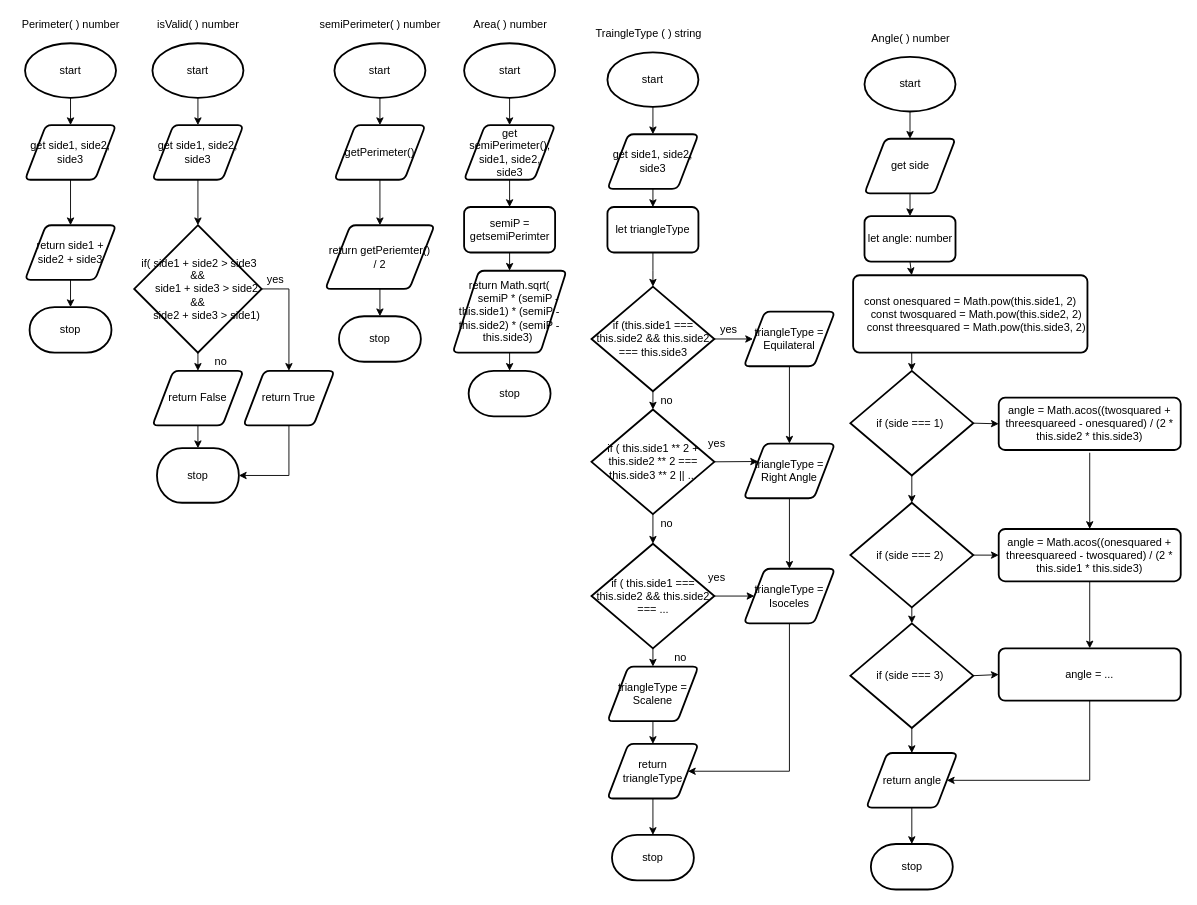
This is flow.drawio from devin-jhu/ics4u-assignment3-typescript, a draw.io file, before an edit. Source tidied: cells renumbered, new cells numbered last; positions are measured from the earlier drawing's top-left corner, leaving out a move shared by most shapes. Both pictures are drawn from the tidied source at 91%, with x=0, y=0 at pixel (15, 15).
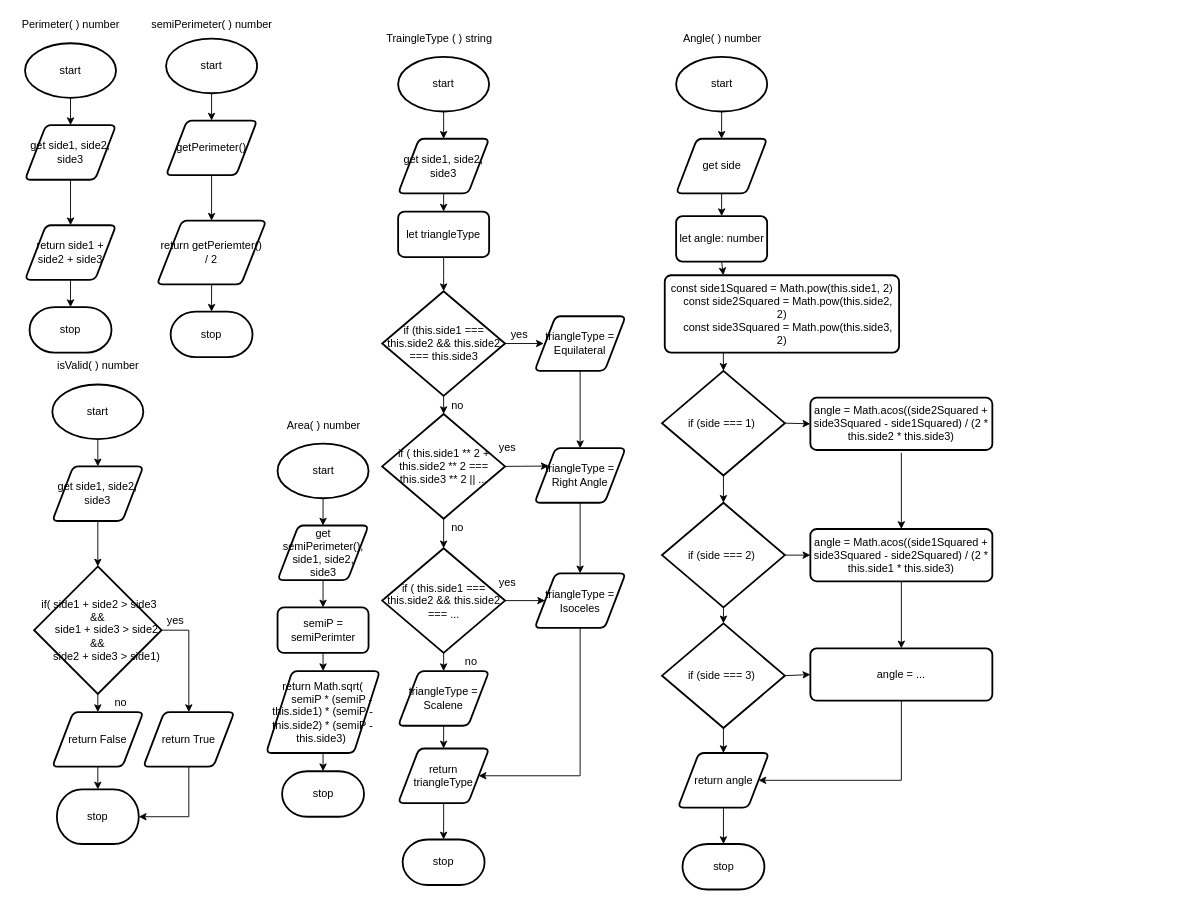
The same diagram, later.

The edit, as a diff of the source:
```diff
@@
     <mxCell id="9" style="edgeStyle=none;html=1;exitX=0.5;exitY=1;exitDx=0;exitDy=0;exitPerimeter=0;entryX=0.5;entryY=0;entryDx=0;entryDy=0;" parent="1" edge="1" source="10">
       <mxGeometry relative="1" as="geometry">
-        <mxPoint x="200" y="120" as="targetPoint" />
+        <mxPoint x="90" y="495" as="targetPoint" />
       </mxGeometry>
     </mxCell>
     <mxCell id="10" value="start" style="strokeWidth=2;html=1;shape=mxgraph.flowchart.start_1;whiteSpace=wrap;" parent="1" vertex="1">
-      <mxGeometry x="150" y="30" width="100" height="60" as="geometry" />
+      <mxGeometry x="40" y="405" width="100" height="60" as="geometry" />
     </mxCell>
     <mxCell id="11" value="isValid( ) number" style="text;html=1;align=center;verticalAlign=middle;strokeColor=none;fillColor=none;" parent="1" vertex="1">
-      <mxGeometry x="145" width="110" height="20" as="geometry" />
+      <mxGeometry x="35" y="375" width="110" height="20" as="geometry" />
     </mxCell>
     <mxCell id="12" style="edgeStyle=none;html=1;entryX=0.5;entryY=0;entryDx=0;entryDy=0;" parent="1" edge="1">
       <mxGeometry relative="1" as="geometry">
-        <mxPoint x="200" y="180" as="sourcePoint" />
-        <mxPoint x="200" y="230" as="targetPoint" />
+        <mxPoint x="90" y="555" as="sourcePoint" />
+        <mxPoint x="90" y="605" as="targetPoint" />
       </mxGeometry>
     </mxCell>
     <mxCell id="13" value="get side1, side2, side3" style="shape=parallelogram;html=1;strokeWidth=2;perimeter=parallelogramPerimeter;whiteSpace=wrap;rounded=1;arcSize=12;size=0.23;" parent="1" vertex="1">
-      <mxGeometry x="150" y="120" width="100" height="60" as="geometry" />
+      <mxGeometry x="40" y="495" width="100" height="60" as="geometry" />
     </mxCell>
@@
     <mxCell id="15" style="edgeStyle=none;html=1;exitX=1;exitY=0.5;exitDx=0;exitDy=0;exitPerimeter=0;rounded=0;" parent="1" edge="1" source="16">
       <mxGeometry relative="1" as="geometry">
-        <mxPoint x="300" y="390" as="targetPoint" />
+        <mxPoint x="190" y="765" as="targetPoint" />
         <Array as="points">
-          <mxPoint x="300" y="300" />
+          <mxPoint x="190" y="675" />
         </Array>
       </mxGeometry>
     </mxCell>
     <mxCell id="16" value="&lt;div&gt;&amp;nbsp;if( side1 + side2 &amp;gt; side3 &amp;amp;&amp;amp;&lt;/div&gt;&lt;div&gt;&amp;nbsp; &amp;nbsp; &amp;nbsp; &lt;span&gt;side1 + side3 &amp;gt; side2 &amp;amp;&amp;amp;&lt;/span&gt;&lt;/div&gt;&lt;div&gt;&amp;nbsp; &amp;nbsp; &amp;nbsp; side2 + side3 &amp;gt; side1)&lt;/div&gt;" style="strokeWidth=2;html=1;shape=mxgraph.flowchart.decision;whiteSpace=wrap;" parent="1" vertex="1">
-      <mxGeometry x="130" y="230" width="140" height="140" as="geometry" />
+      <mxGeometry x="20" y="605" width="140" height="140" as="geometry" />
     </mxCell>
@@
     <mxCell id="18" value="return False" style="shape=parallelogram;html=1;strokeWidth=2;perimeter=parallelogramPerimeter;whiteSpace=wrap;rounded=1;arcSize=12;size=0.23;" parent="1" vertex="1">
-      <mxGeometry x="150" y="390" width="100" height="60" as="geometry" />
+      <mxGeometry x="40" y="765" width="100" height="60" as="geometry" />
     </mxCell>
     <mxCell id="19" style="edgeStyle=none;html=1;exitX=0.5;exitY=1;exitDx=0;exitDy=0;entryX=1;entryY=0.5;entryDx=0;entryDy=0;entryPerimeter=0;rounded=0;" parent="1" edge="1" source="20" target="45">
       <mxGeometry relative="1" as="geometry">
         <Array as="points">
-          <mxPoint x="300" y="505" />
+          <mxPoint x="190" y="880" />
         </Array>
       </mxGeometry>
     </mxCell>
     <mxCell id="20" value="return True" style="shape=parallelogram;html=1;strokeWidth=2;perimeter=parallelogramPerimeter;whiteSpace=wrap;rounded=1;arcSize=12;size=0.23;" parent="1" vertex="1">
-      <mxGeometry x="250" y="390" width="100" height="60" as="geometry" />
+      <mxGeometry x="140" y="765" width="100" height="60" as="geometry" />
     </mxCell>
@@
     <mxCell id="22" value="start" style="strokeWidth=2;html=1;shape=mxgraph.flowchart.start_1;whiteSpace=wrap;" parent="1" vertex="1">
-      <mxGeometry x="350" y="30" width="100" height="60" as="geometry" />
+      <mxGeometry x="165" y="25" width="100" height="60" as="geometry" />
     </mxCell>
     <mxCell id="23" value="semiPerimeter( ) number" style="text;html=1;align=center;verticalAlign=middle;strokeColor=none;fillColor=none;" parent="1" vertex="1">
-      <mxGeometry x="325" width="150" height="20" as="geometry" />
+      <mxGeometry x="140" width="150" height="20" as="geometry" />
     </mxCell>
@@
     <mxCell id="25" value="getPerimeter()" style="shape=parallelogram;html=1;strokeWidth=2;perimeter=parallelogramPerimeter;whiteSpace=wrap;rounded=1;arcSize=12;size=0.23;" parent="1" vertex="1">
-      <mxGeometry x="350" y="120" width="100" height="60" as="geometry" />
+      <mxGeometry x="165" y="115" width="100" height="60" as="geometry" />
     </mxCell>
@@
     <mxCell id="27" value="return getPeriemter() / 2" style="shape=parallelogram;html=1;strokeWidth=2;perimeter=parallelogramPerimeter;whiteSpace=wrap;rounded=1;arcSize=12;size=0.23;" parent="1" vertex="1">
-      <mxGeometry x="340" y="230" width="120" height="70" as="geometry" />
+      <mxGeometry x="155" y="225" width="120" height="70" as="geometry" />
     </mxCell>
     <mxCell id="28" value="Area( ) number" style="text;html=1;align=center;verticalAlign=middle;strokeColor=none;fillColor=none;" parent="1" vertex="1">
-      <mxGeometry x="492.5" width="100" height="20" as="geometry" />
+      <mxGeometry x="287.5" y="440" width="100" height="20" as="geometry" />
     </mxCell>
@@
     <mxCell id="30" value="start" style="strokeWidth=2;html=1;shape=mxgraph.flowchart.start_1;whiteSpace=wrap;" parent="1" vertex="1">
-      <mxGeometry x="492.5" y="30" width="100" height="60" as="geometry" />
+      <mxGeometry x="287.5" y="470" width="100" height="60" as="geometry" />
     </mxCell>
@@
     <mxCell id="32" value="get semiPerimeter(), side1, side2, side3" style="shape=parallelogram;html=1;strokeWidth=2;perimeter=parallelogramPerimeter;whiteSpace=wrap;rounded=1;arcSize=12;size=0.23;" parent="1" vertex="1">
-      <mxGeometry x="492.5" y="120" width="100" height="60" as="geometry" />
+      <mxGeometry x="287.5" y="560" width="100" height="60" as="geometry" />
     </mxCell>
-    <mxCell id="33" style="edgeStyle=none;rounded=0;html=1;exitX=0.5;exitY=1;exitDx=0;exitDy=0;entryX=0.5;entryY=0;entryDx=0;entryDy=0;entryPerimeter=0;" parent="1" edge="1" source="34" target="47">
-      <mxGeometry relative="1" as="geometry" />
+    <mxCell id="33" style="edgeStyle=none;rounded=0;html=1;exitX=0.5;exitY=1;exitDx=0;exitDy=0;entryX=0.5;entryY=0;entryDx=0;entryDy=0;entryPerimeter=0;" parent="1" edge="1" source="34">
+      <mxGeometry relative="1" as="geometry">
+        <mxPoint x="337.5" y="830" as="targetPoint" />
+      </mxGeometry>
     </mxCell>
     <mxCell id="34" value="return&amp;nbsp;&lt;span&gt;Math.sqrt(&lt;br&gt;&lt;/span&gt;&lt;span&gt;&amp;nbsp; &amp;nbsp; &amp;nbsp; semiP * (semiP - this.side1) * (semiP - this.side2) * (semiP - this.side3)&lt;/span&gt;&amp;nbsp;" style="shape=parallelogram;html=1;strokeWidth=2;perimeter=parallelogramPerimeter;whiteSpace=wrap;rounded=1;arcSize=12;size=0.23;" parent="1" vertex="1">
-      <mxGeometry x="480" y="280" width="125" height="90" as="geometry" />
+      <mxGeometry x="275" y="720" width="125" height="90" as="geometry" />
     </mxCell>
@@
-    <mxCell id="36" value="semiP = getsemiPerimter" style="rounded=1;whiteSpace=wrap;html=1;absoluteArcSize=1;arcSize=14;strokeWidth=2;" parent="1" vertex="1">
-      <mxGeometry x="492.5" y="210" width="100" height="50" as="geometry" />
+    <mxCell id="36" value="semiP = semiPerimter" style="rounded=1;whiteSpace=wrap;html=1;absoluteArcSize=1;arcSize=14;strokeWidth=2;" parent="1" vertex="1">
+      <mxGeometry x="287.5" y="650" width="100" height="50" as="geometry" />
     </mxCell>
     <mxCell id="37" value="TraingleType ( ) string" style="text;html=1;align=center;verticalAlign=middle;strokeColor=none;fillColor=none;" parent="1" vertex="1">
-      <mxGeometry x="630" y="10" width="130" height="20" as="geometry" />
+      <mxGeometry x="400" y="15" width="130" height="20" as="geometry" />
     </mxCell>
@@
     <mxCell id="39" value="start" style="strokeWidth=2;html=1;shape=mxgraph.flowchart.start_1;whiteSpace=wrap;" parent="1" vertex="1">
-      <mxGeometry x="650" y="40" width="100" height="60" as="geometry" />
+      <mxGeometry x="420" y="45" width="100" height="60" as="geometry" />
     </mxCell>
@@
     <mxCell id="41" value="get side1, side2, side3" style="shape=parallelogram;html=1;strokeWidth=2;perimeter=parallelogramPerimeter;whiteSpace=wrap;rounded=1;arcSize=12;size=0.23;" parent="1" vertex="1">
-      <mxGeometry x="650" y="130" width="100" height="60" as="geometry" />
+      <mxGeometry x="420" y="135" width="100" height="60" as="geometry" />
     </mxCell>
     <mxCell id="42" style="edgeStyle=none;rounded=0;html=1;exitX=0.5;exitY=1;exitDx=0;exitDy=0;entryX=0.5;entryY=0;entryDx=0;entryDy=0;entryPerimeter=0;" parent="1" edge="1" source="43" target="50">
       <mxGeometry relative="1" as="geometry">
         <Array as="points">
-          <mxPoint x="700" y="280" />
+          <mxPoint x="470" y="285" />
         </Array>
       </mxGeometry>
     </mxCell>
     <mxCell id="43" value="let triangleType" style="rounded=1;whiteSpace=wrap;html=1;absoluteArcSize=1;arcSize=14;strokeWidth=2;" parent="1" vertex="1">
-      <mxGeometry x="650" y="210" width="100" height="50" as="geometry" />
+      <mxGeometry x="420" y="215" width="100" height="50" as="geometry" />
     </mxCell>
@@
     <mxCell id="45" value="stop" style="strokeWidth=2;html=1;shape=mxgraph.flowchart.terminator;whiteSpace=wrap;" parent="1" vertex="1">
-      <mxGeometry x="155" y="475" width="90" height="60" as="geometry" />
+      <mxGeometry x="45" y="850" width="90" height="60" as="geometry" />
     </mxCell>
     <mxCell id="46" value="stop" style="strokeWidth=2;html=1;shape=mxgraph.flowchart.terminator;whiteSpace=wrap;" parent="1" vertex="1">
-      <mxGeometry x="355" y="330" width="90" height="50" as="geometry" />
+      <mxGeometry x="170" y="325" width="90" height="50" as="geometry" />
     </mxCell>
     <mxCell id="47" value="stop" style="strokeWidth=2;html=1;shape=mxgraph.flowchart.terminator;whiteSpace=wrap;" parent="1" vertex="1">
-      <mxGeometry x="497.5" y="390" width="90" height="50" as="geometry" />
+      <mxGeometry x="292.5" y="830" width="90" height="50" as="geometry" />
     </mxCell>
     <mxCell id="48" style="edgeStyle=none;rounded=0;html=1;exitX=1;exitY=0.5;exitDx=0;exitDy=0;exitPerimeter=0;" parent="1" edge="1" source="50">
       <mxGeometry relative="1" as="geometry">
-        <mxPoint x="810" y="355" as="targetPoint" />
+        <mxPoint x="580" y="360" as="targetPoint" />
       </mxGeometry>
     </mxCell>
@@
     <mxCell id="50" value="if (this.side1 === this.side2 &amp;amp;&amp;amp; this.side2 === this.side3" style="strokeWidth=2;html=1;shape=mxgraph.flowchart.decision;whiteSpace=wrap;" parent="1" vertex="1">
-      <mxGeometry x="632.5" y="297.5" width="135" height="115" as="geometry" />
+      <mxGeometry x="402.5" y="302.5" width="135" height="115" as="geometry" />
     </mxCell>
@@
     <mxCell id="52" value="triangleType = Equilateral" style="shape=parallelogram;html=1;strokeWidth=2;perimeter=parallelogramPerimeter;whiteSpace=wrap;rounded=1;arcSize=12;size=0.23;" parent="1" vertex="1">
-      <mxGeometry x="800" y="325" width="100" height="60" as="geometry" />
+      <mxGeometry x="570" y="330" width="100" height="60" as="geometry" />
     </mxCell>
@@
     <mxCell id="55" value="if ( this.side1 ** 2 + this.side2 ** 2 === this.side3 ** 2 || ..." style="strokeWidth=2;html=1;shape=mxgraph.flowchart.decision;whiteSpace=wrap;" parent="1" vertex="1">
-      <mxGeometry x="632.5" y="432.5" width="135" height="115" as="geometry" />
+      <mxGeometry x="402.5" y="437.5" width="135" height="115" as="geometry" />
     </mxCell>
     <mxCell id="56" value="yes" style="text;html=1;align=center;verticalAlign=middle;strokeColor=none;fillColor=none;" parent="1" vertex="1">
-      <mxGeometry x="270" y="280" width="30" height="20" as="geometry" />
+      <mxGeometry x="160" y="655" width="30" height="20" as="geometry" />
     </mxCell>
     <mxCell id="57" value="no" style="text;html=1;align=center;verticalAlign=middle;strokeColor=none;fillColor=none;" parent="1" vertex="1">
-      <mxGeometry x="210" y="370" width="30" height="20" as="geometry" />
+      <mxGeometry x="100" y="745" width="30" height="20" as="geometry" />
     </mxCell>
     <mxCell id="58" value="no" style="text;html=1;align=center;verticalAlign=middle;strokeColor=none;fillColor=none;" parent="1" vertex="1">
-      <mxGeometry x="700" y="412.5" width="30" height="20" as="geometry" />
+      <mxGeometry x="470" y="417.5" width="30" height="20" as="geometry" />
     </mxCell>
     <mxCell id="59" value="yes" style="text;html=1;align=center;verticalAlign=middle;strokeColor=none;fillColor=none;" parent="1" vertex="1">
-      <mxGeometry x="767.5" y="335" width="30" height="20" as="geometry" />
+      <mxGeometry x="537.5" y="340" width="30" height="20" as="geometry" />
     </mxCell>
@@
     <mxCell id="61" value="triangleType = Right Angle" style="shape=parallelogram;html=1;strokeWidth=2;perimeter=parallelogramPerimeter;whiteSpace=wrap;rounded=1;arcSize=12;size=0.23;" parent="1" vertex="1">
-      <mxGeometry x="800" y="470" width="100" height="60" as="geometry" />
+      <mxGeometry x="570" y="475" width="100" height="60" as="geometry" />
     </mxCell>
     <mxCell id="62" value="yes" style="text;html=1;align=center;verticalAlign=middle;strokeColor=none;fillColor=none;" parent="1" vertex="1">
-      <mxGeometry x="755" y="460" width="30" height="20" as="geometry" />
+      <mxGeometry x="525" y="465" width="30" height="20" as="geometry" />
     </mxCell>
     <mxCell id="63" value="no" style="text;html=1;align=center;verticalAlign=middle;strokeColor=none;fillColor=none;" parent="1" vertex="1">
-      <mxGeometry x="700" y="547.5" width="30" height="20" as="geometry" />
+      <mxGeometry x="470" y="552.5" width="30" height="20" as="geometry" />
     </mxCell>
@@
     <mxCell id="66" value="if ( this.side1 === this.side2 &amp;amp;&amp;amp; this.side2 === ..." style="strokeWidth=2;html=1;shape=mxgraph.flowchart.decision;whiteSpace=wrap;" parent="1" vertex="1">
-      <mxGeometry x="632.5" y="580" width="135" height="115" as="geometry" />
+      <mxGeometry x="402.5" y="585" width="135" height="115" as="geometry" />
     </mxCell>
     <mxCell id="67" style="edgeStyle=none;rounded=0;html=1;exitX=0.5;exitY=1;exitDx=0;exitDy=0;entryX=1;entryY=0.5;entryDx=0;entryDy=0;" parent="1" edge="1" source="68" target="93">
       <mxGeometry relative="1" as="geometry">
         <Array as="points">
-          <mxPoint x="850" y="830" />
+          <mxPoint x="620" y="835" />
         </Array>
       </mxGeometry>
     </mxCell>
     <mxCell id="68" value="triangleType = Isoceles" style="shape=parallelogram;html=1;strokeWidth=2;perimeter=parallelogramPerimeter;whiteSpace=wrap;rounded=1;arcSize=12;size=0.23;" parent="1" vertex="1">
-      <mxGeometry x="800" y="607.5" width="100" height="60" as="geometry" />
+      <mxGeometry x="570" y="612.5" width="100" height="60" as="geometry" />
     </mxCell>
@@
     <mxCell id="70" value="triangleType = Scalene" style="shape=parallelogram;html=1;strokeWidth=2;perimeter=parallelogramPerimeter;whiteSpace=wrap;rounded=1;arcSize=12;size=0.23;" parent="1" vertex="1">
-      <mxGeometry x="650" y="715" width="100" height="60" as="geometry" />
+      <mxGeometry x="420" y="720" width="100" height="60" as="geometry" />
     </mxCell>
@@
     <mxCell id="72" value="no" style="text;html=1;align=center;verticalAlign=middle;points=[];strokeColor=none;fillColor=none;" parent="1" vertex="1">
-      <mxGeometry x="715" y="695" width="30" height="20" as="geometry" />
+      <mxGeometry x="485" y="700" width="30" height="20" as="geometry" />
     </mxCell>
     <mxCell id="73" value="yes" style="text;html=1;align=center;verticalAlign=middle;strokeColor=none;fillColor=none;" parent="1" vertex="1">
-      <mxGeometry x="755" y="607.5" width="30" height="20" as="geometry" />
+      <mxGeometry x="525" y="612.5" width="30" height="20" as="geometry" />
     </mxCell>
     <mxCell id="74" value="stop" style="strokeWidth=2;html=1;shape=mxgraph.flowchart.terminator;whiteSpace=wrap;" parent="1" vertex="1">
-      <mxGeometry x="655" y="900" width="90" height="50" as="geometry" />
+      <mxGeometry x="425" y="905" width="90" height="50" as="geometry" />
     </mxCell>
     <mxCell id="75" value="Angle( ) number" style="text;html=1;align=center;verticalAlign=middle;strokeColor=none;fillColor=none;" parent="1" vertex="1">
-      <mxGeometry x="932.5" y="15" width="100" height="20" as="geometry" />
+      <mxGeometry x="725.5" y="15" width="100" height="20" as="geometry" />
     </mxCell>
@@
     <mxCell id="77" value="start" style="strokeWidth=2;html=1;shape=mxgraph.flowchart.start_1;whiteSpace=wrap;" parent="1" vertex="1">
-      <mxGeometry x="932.5" y="45" width="100" height="60" as="geometry" />
+      <mxGeometry x="725.5" y="45" width="100" height="60" as="geometry" />
     </mxCell>
@@
     <mxCell id="79" value="get side" style="shape=parallelogram;html=1;strokeWidth=2;perimeter=parallelogramPerimeter;whiteSpace=wrap;rounded=1;arcSize=12;size=0.23;" parent="1" vertex="1">
-      <mxGeometry x="932.5" y="135" width="100" height="60" as="geometry" />
+      <mxGeometry x="725.5" y="135" width="100" height="60" as="geometry" />
     </mxCell>
@@
     <mxCell id="81" value="let angle: number" style="rounded=1;whiteSpace=wrap;html=1;absoluteArcSize=1;arcSize=14;strokeWidth=2;" parent="1" vertex="1">
-      <mxGeometry x="932.5" y="220" width="100" height="50" as="geometry" />
+      <mxGeometry x="725.5" y="220" width="100" height="50" as="geometry" />
     </mxCell>
@@
-    <mxCell id="83" value="&lt;div&gt;const onesquared = Math.pow(this.side1, 2)&lt;/div&gt;&lt;div&gt;&amp;nbsp; &amp;nbsp; const twosquared = Math.pow(this.side2, 2)&lt;/div&gt;&lt;div&gt;&amp;nbsp; &amp;nbsp; const threesquared = Math.pow(this.side3, 2)&lt;/div&gt;" style="rounded=1;whiteSpace=wrap;html=1;absoluteArcSize=1;arcSize=14;strokeWidth=2;" parent="1" vertex="1">
-      <mxGeometry x="920" y="285" width="257.5" height="85" as="geometry" />
+    <mxCell id="83" value="&lt;div&gt;const side1Squared = Math.pow(this.side1, 2)&lt;/div&gt;&lt;div&gt;&amp;nbsp; &amp;nbsp; const side2Squared = Math.pow(this.side2, 2)&lt;/div&gt;&lt;div&gt;&amp;nbsp; &amp;nbsp; const side3Squared = Math.pow(this.side3, 2)&lt;/div&gt;" style="rounded=1;whiteSpace=wrap;html=1;absoluteArcSize=1;arcSize=14;strokeWidth=2;" parent="1" vertex="1">
+      <mxGeometry x="713" y="285" width="257.5" height="85" as="geometry" />
     </mxCell>
@@
     <mxCell id="86" value="if (side === 1)&amp;nbsp;" style="strokeWidth=2;html=1;shape=mxgraph.flowchart.decision;whiteSpace=wrap;" parent="1" vertex="1">
-      <mxGeometry x="917" y="390" width="135" height="115" as="geometry" />
+      <mxGeometry x="710" y="390" width="135" height="115" as="geometry" />
     </mxCell>
     <mxCell id="87" style="edgeStyle=none;rounded=0;html=1;entryX=0.5;entryY=0;entryDx=0;entryDy=0;" parent="1" edge="1" target="95">
       <mxGeometry relative="1" as="geometry">
-        <mxPoint x="1180" y="480" as="sourcePoint" />
+        <mxPoint x="973" y="480" as="sourcePoint" />
       </mxGeometry>
     </mxCell>
-    <mxCell id="88" value="angle = Math.acos((twosquared + threesquareed - onesquared) / (2 * this.side2 * this.side3)" style="rounded=1;whiteSpace=wrap;html=1;absoluteArcSize=1;arcSize=14;strokeWidth=2;" parent="1" vertex="1">
-      <mxGeometry x="1080" y="419.5" width="200" height="57.5" as="geometry" />
+    <mxCell id="88" value="angle = Math.acos((side2Squared&amp;nbsp;+ side3Squared - side1Squared) / (2 * this.side2 * this.side3)" style="rounded=1;whiteSpace=wrap;html=1;absoluteArcSize=1;arcSize=14;strokeWidth=2;" parent="1" vertex="1">
+      <mxGeometry x="873" y="419.5" width="200" height="57.5" as="geometry" />
     </mxCell>
@@
     <mxCell id="91" value="if (side === 2)&amp;nbsp;" style="strokeWidth=2;html=1;shape=mxgraph.flowchart.decision;whiteSpace=wrap;" parent="1" vertex="1">
-      <mxGeometry x="917" y="535" width="135" height="115" as="geometry" />
+      <mxGeometry x="710" y="535" width="135" height="115" as="geometry" />
     </mxCell>
@@
     <mxCell id="93" value="return triangleType" style="shape=parallelogram;html=1;strokeWidth=2;perimeter=parallelogramPerimeter;whiteSpace=wrap;rounded=1;arcSize=12;size=0.23;" parent="1" vertex="1">
-      <mxGeometry x="650" y="800" width="100" height="60" as="geometry" />
+      <mxGeometry x="420" y="805" width="100" height="60" as="geometry" />
     </mxCell>
@@
-    <mxCell id="95" value="angle = Math.acos((onesquared + threesquareed - twosquared) / (2 * this.side1 * this.side3)" style="rounded=1;whiteSpace=wrap;html=1;absoluteArcSize=1;arcSize=14;strokeWidth=2;" parent="1" vertex="1">
-      <mxGeometry x="1080" y="563.8" width="200" height="57.5" as="geometry" />
+    <mxCell id="95" value="angle = Math.acos((side1Squared&amp;nbsp;+ side3Squared&amp;nbsp;- side2Squared) / (2 * this.side1 * this.side3)" style="rounded=1;whiteSpace=wrap;html=1;absoluteArcSize=1;arcSize=14;strokeWidth=2;" parent="1" vertex="1">
+      <mxGeometry x="873" y="563.8" width="200" height="57.5" as="geometry" />
     </mxCell>
@@
     <mxCell id="98" value="if (side === 3)&amp;nbsp;" style="strokeWidth=2;html=1;shape=mxgraph.flowchart.decision;whiteSpace=wrap;" parent="1" vertex="1">
-      <mxGeometry x="917" y="667.5" width="135" height="115" as="geometry" />
+      <mxGeometry x="710" y="667.5" width="135" height="115" as="geometry" />
     </mxCell>
     <mxCell id="99" style="edgeStyle=none;rounded=0;html=1;exitX=0.5;exitY=1;exitDx=0;exitDy=0;entryX=1;entryY=0.5;entryDx=0;entryDy=0;" parent="1" edge="1" source="100" target="102">
       <mxGeometry relative="1" as="geometry">
         <Array as="points">
-          <mxPoint x="1180" y="840" />
+          <mxPoint x="973" y="840" />
         </Array>
       </mxGeometry>
     </mxCell>
     <mxCell id="100" value="angle = ..." style="rounded=1;whiteSpace=wrap;html=1;absoluteArcSize=1;arcSize=14;strokeWidth=2;" parent="1" vertex="1">
-      <mxGeometry x="1080" y="695" width="200" height="57.5" as="geometry" />
+      <mxGeometry x="873" y="695" width="200" height="57.5" as="geometry" />
     </mxCell>
@@
     <mxCell id="102" value="return angle" style="shape=parallelogram;html=1;strokeWidth=2;perimeter=parallelogramPerimeter;whiteSpace=wrap;rounded=1;arcSize=12;size=0.23;" parent="1" vertex="1">
-      <mxGeometry x="934.5" y="810" width="100" height="60" as="geometry" />
+      <mxGeometry x="727.5" y="810" width="100" height="60" as="geometry" />
     </mxCell>
     <mxCell id="103" value="stop" style="strokeWidth=2;html=1;shape=mxgraph.flowchart.terminator;whiteSpace=wrap;" parent="1" vertex="1">
-      <mxGeometry x="939.5" y="910" width="90" height="50" as="geometry" />
+      <mxGeometry x="732.5" y="910" width="90" height="50" as="geometry" />
     </mxCell>
```
